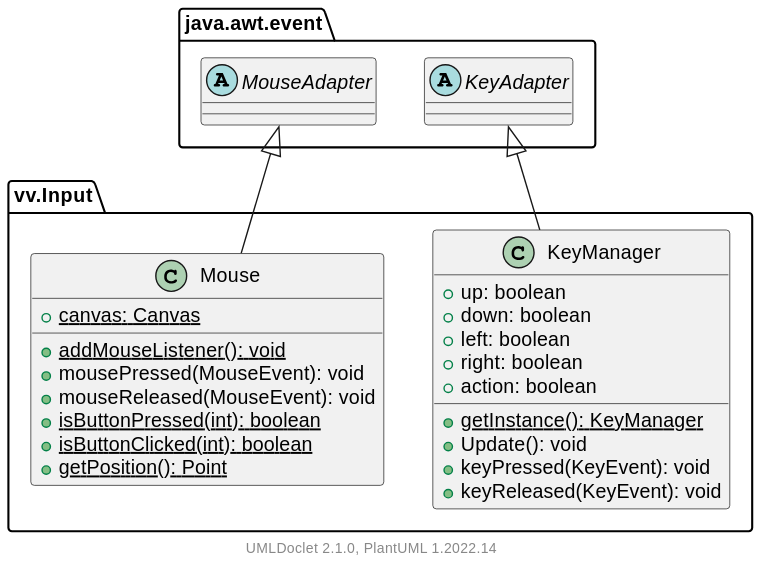
Before: docs/vv/Input/package.svg, a diagram exported from PlantUML (vieruuuu/valentin-vulture). The source it was exported from:
```plantuml
@startuml
    namespace vv.Input {

        class KeyManager [[KeyManager.html]] {
            +up: boolean
            +down: boolean
            +left: boolean
            +right: boolean
            +action: boolean
            {static} +getInstance(): KeyManager
            +Update(): void
            +keyPressed(KeyEvent): void
            +keyReleased(KeyEvent): void
        }

        class Mouse [[Mouse.html]] {
            {static} +canvas: Canvas
            {static} +addMouseListener(): void
            +mousePressed(MouseEvent): void
            +mouseReleased(MouseEvent): void
            {static} +isButtonPressed(int): boolean
            {static} +isButtonClicked(int): boolean
            {static} +getPosition(): Point
        }

        java.awt.event.KeyAdapter <|-- KeyManager
        java.awt.event.MouseAdapter <|-- Mouse
    }

    namespace java.awt.event {
        abstract class KeyAdapter
        abstract class MouseAdapter
    }

    center footer UMLDoclet 2.1.0, PlantUML %version()
@enduml
```
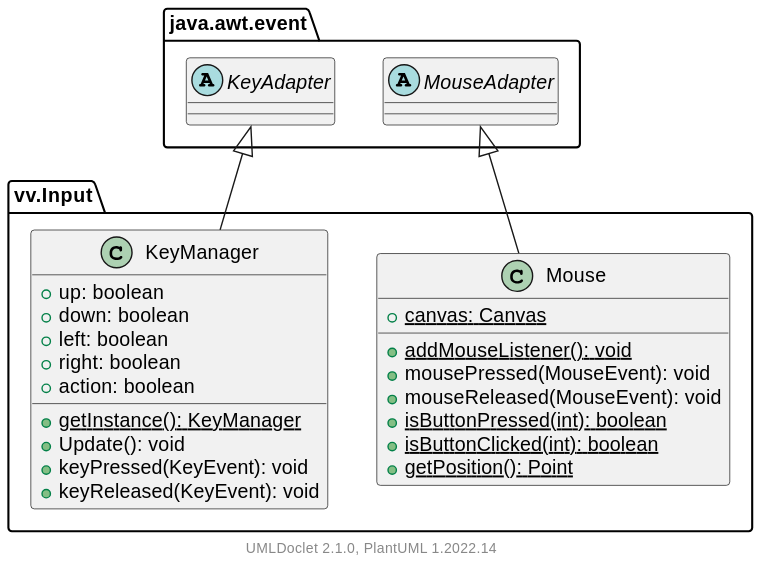
Later version of the same file.

What changed in the source:
```diff
@@ -1,5 +1,15 @@
 @startuml
     namespace vv.Input {
+
+        class Mouse [[Mouse.html]] {
+            {static} +canvas: Canvas
+            {static} +addMouseListener(): void
+            +mousePressed(MouseEvent): void
+            +mouseReleased(MouseEvent): void
+            {static} +isButtonPressed(int): boolean
+            {static} +isButtonClicked(int): boolean
+            {static} +getPosition(): Point
+        }
 
         class KeyManager [[KeyManager.html]] {
             +up: boolean
@@ -13,23 +23,13 @@
             +keyReleased(KeyEvent): void
         }
 
-        class Mouse [[Mouse.html]] {
-            {static} +canvas: Canvas
-            {static} +addMouseListener(): void
-            +mousePressed(MouseEvent): void
-            +mouseReleased(MouseEvent): void
-            {static} +isButtonPressed(int): boolean
-            {static} +isButtonClicked(int): boolean
-            {static} +getPosition(): Point
-        }
-
+        java.awt.event.MouseAdapter <|-- Mouse
         java.awt.event.KeyAdapter <|-- KeyManager
-        java.awt.event.MouseAdapter <|-- Mouse
     }
 
     namespace java.awt.event {
+        abstract class MouseAdapter
         abstract class KeyAdapter
-        abstract class MouseAdapter
     }
 
     center footer UMLDoclet 2.1.0, PlantUML %version()
```
